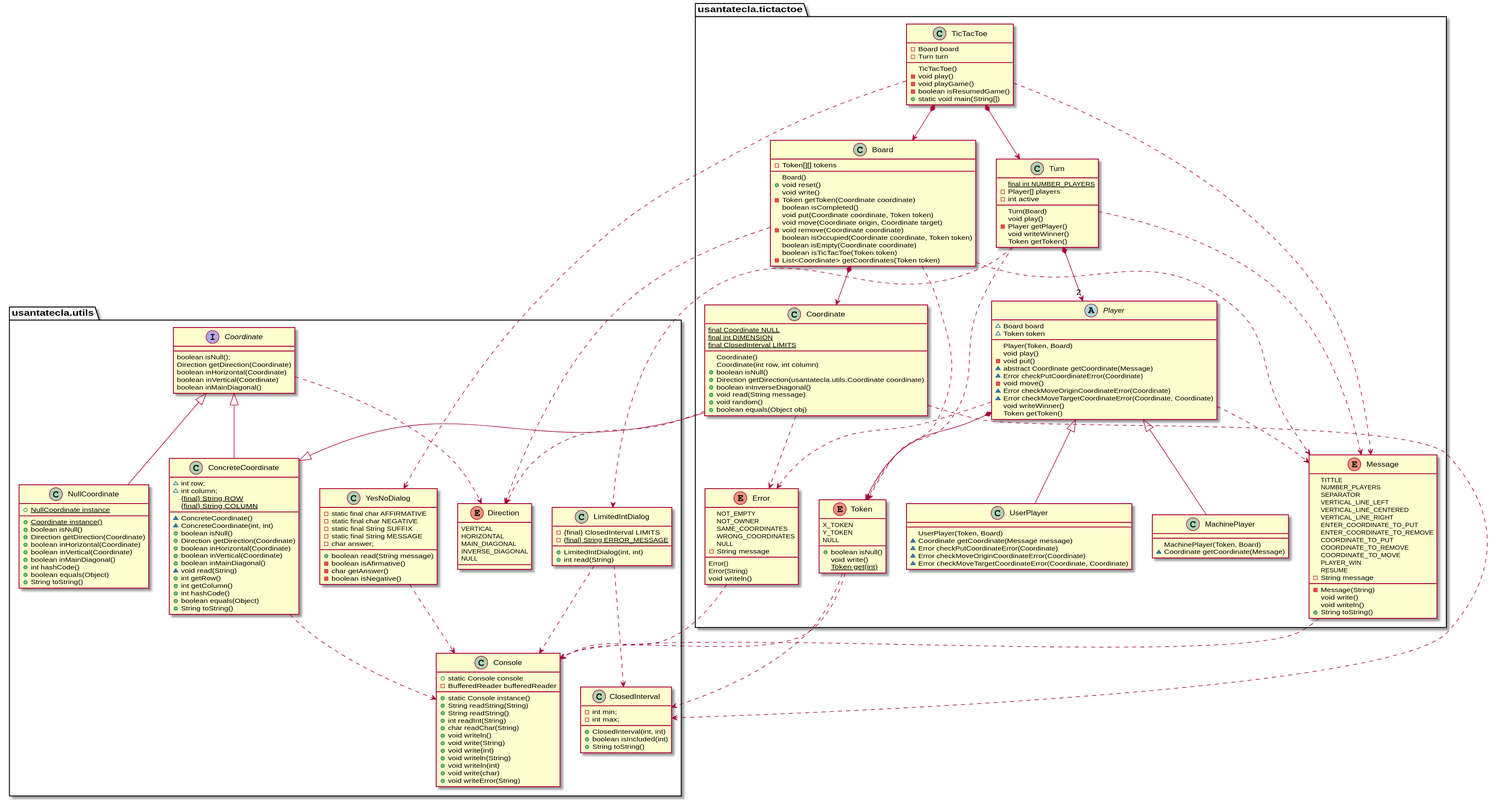
Before: domainModel/docs/diagrams/out/paquetes/tictactoe.svg, a diagram exported from PlantUML (Jolucaa/USantaTecla-project-ticTacToe). The source it was exported from:
```plantuml
@startuml
namespace usantatecla.tictactoe {
class Board {
	- Token[][] tokens
	Board()
	+ void reset()
	void write()
	- Token getToken(Coordinate coordinate)
	boolean isCompleted()
	void put(Coordinate coordinate, Token token)
	void move(Coordinate origin, Coordinate target)
	- void remove(Coordinate coordinate)
	boolean isOccupied(Coordinate coordinate, Token token)
	boolean isEmpty(Coordinate coordinate)
	boolean isTicTacToe(Token token)
	- List<Coordinate> getCoordinates(Token token)
}

class Coordinate {
	{static} final Coordinate NULL
	{static} final int DIMENSION
	{static} final ClosedInterval LIMITS
	Coordinate()
	Coordinate(int row, int column)
	+ boolean isNull()
	+ Direction getDirection(usantatecla.utils.Coordinate coordinate)
	+ boolean inInverseDiagonal()
	+ void read(String message)
	+ void random()
	+ boolean equals(Object obj)
}

enum Error {

	NOT_EMPTY
	NOT_OWNER
	SAME_COORDINATES
	WRONG_COORDINATES
	NULL
	- String message
	Error()
	Error(String)
	void writeln()
}

class MachinePlayer {
	MachinePlayer(Token, Board)
	~ Coordinate getCoordinate(Message)
}

enum Message {
	TITTLE
	NUMBER_PLAYERS
	SEPARATOR
	VERTICAL_LINE_LEFT
	VERTICAL_LINE_CENTERED
	VERTICAL_LINE_RIGHT
	ENTER_COORDINATE_TO_PUT
	ENTER_COORDINATE_TO_REMOVE
	COORDINATE_TO_PUT
	COORDINATE_TO_REMOVE
	COORDINATE_TO_MOVE
	PLAYER_WIN
	RESUME
	- String message
	- Message(String)
	void write()
	void writeln()
	+ String toString()
}


abstract class Player {
	~ Board board
	~ Token token
	Player(Token, Board)
	void play()
	- void put()
	~ abstract Coordinate getCoordinate(Message)
	~ Error checkPutCoordinateError(Coordinate)
	- void move()
	~ Error checkMoveOriginCoordinateError(Coordinate)
	~ Error checkMoveTargetCoordinateError(Coordinate, Coordinate)
	void writeWinner()
	Token getToken()
}

class TicTacToe{
    - Board board
	- Turn turn
    TicTacToe()
	- void play()
    - void playGame()
	- boolean isResumedGame()
	+ static void main(String[])
}

enum Token {
	X_TOKEN
	Y_TOKEN
	NULL
    + boolean isNull()
    void write()
    {static} Token get(int)
}

class Turn {
	{static} final int NUMBER_PLAYERS
	- Player[] players
	- int active
	Turn(Board)
	void play()
	- Player getPlayer()
	void writeWinner()
	Token getToken()
}

class UserPlayer extends Player {
	UserPlayer(Token, Board)
	~ Coordinate getCoordinate(Message message)
	~ Error checkPutCoordinateError(Coordinate)
	~ Error checkMoveOriginCoordinateError(Coordinate)
	~ Error checkMoveTargetCoordinateError(Coordinate, Coordinate)
}

TicTacToe *-down-> Board
TicTacToe *-down-> Turn

Board .down.> Token
Turn .down.> Token
Player *-down-> Token
Turn *-down-> "2" Player
Board *-down-> Coordinate
Player <|-down- MachinePlayer
Coordinate .down.> Error
Player .down.> Error
Board .down.> Message
Player .down.> Message
TicTacToe .down.> Message
Turn .down.> Message

}

namespace usantatecla.utils {

interface Coordinate {
	boolean isNull();
	Direction getDirection(Coordinate)
	boolean inHorizontal(Coordinate)
	boolean inVertical(Coordinate)
	boolean inMainDiagonal()
}

class ConcreteCoordinate {
	~ int row;
	~ int column;
	{static} {final} String ROW
	{static} {final}  String COLUMN
	~ ConcreteCoordinate()
	~ ConcreteCoordinate(int, int)
	+ boolean isNull()
	+ Direction getDirection(Coordinate)
	+ boolean inHorizontal(Coordinate)
	+ boolean inVertical(Coordinate)
	+ boolean inMainDiagonal()
	~ void read(String)
	+ int getRow()
	+ int getColumn()
	+ int hashCode()
	+ boolean equals(Object)
	+ String toString()
}
class NullCoordinate {
	+ {static} NullCoordinate instance
	+ {static} Coordinate instance()
	+ boolean isNull()
	+ Direction getDirection(Coordinate)
	+ boolean inHorizontal(Coordinate)
	+ boolean inVertical(Coordinate)
	+ boolean inMainDiagonal()
	+ int hashCode()
	+ boolean equals(Object)
	+ String toString()
}

enum Direction {
	VERTICAL
	HORIZONTAL
	MAIN_DIAGONAL
	INVERSE_DIAGONAL
	NULL
}

class Console {
	+ static Console console
	+ static Console instance()
	- BufferedReader bufferedReader
	+ String readString(String)
	+ String readString()
	+ int readInt(String)
	+ char readChar(String)
	+ void writeln()
	+ void write(String)
	+ void write(int)
	+ void writeln(String)
	+ void writeln(int)
	+ void write(char)
	+ void writeError(String)
}

class ClosedInterval {
	- int min;
	- int max;
	+ ClosedInterval(int, int)
	+ boolean isIncluded(int)
	+ String toString()
}

class YesNoDialog {
	- static final char AFFIRMATIVE
	- static final char NEGATIVE
	- static final String SUFFIX
	- static final String MESSAGE
	- char answer;
	+ boolean read(String message)
	- boolean isAfirmative()
	- char getAnswer()
	- boolean isNegative()
}

class LimitedIntDialog {
	- {final} ClosedInterval LIMITS
	- {static} {final} String ERROR_MESSAGE
	+ LimitedIntDialog(int, int)
	+ int read(String)
}

Coordinate <|-down- ConcreteCoordinate
Coordinate <|-down- NullCoordinate

}

usantatecla.utils.ConcreteCoordinate <|-down- usantatecla.tictactoe.Coordinate

usantatecla.tictactoe.Coordinate .down.> usantatecla.utils.ClosedInterval
usantatecla.tictactoe.Token .down.> usantatecla.utils.ClosedInterval
usantatecla.utils.LimitedIntDialog .down.> usantatecla.utils.ClosedInterval


usantatecla.tictactoe.Error .down.> usantatecla.utils.Console
usantatecla.tictactoe.Message .down.> usantatecla.utils.Console
usantatecla.tictactoe.Token .down.> usantatecla.utils.Console
usantatecla.utils.ConcreteCoordinate .down.> usantatecla.utils.Console
usantatecla.utils.LimitedIntDialog .down.> usantatecla.utils.Console
usantatecla.utils.YesNoDialog .down.> usantatecla.utils.Console


usantatecla.tictactoe.Turn .down.> usantatecla.utils.LimitedIntDialog
usantatecla.tictactoe.TicTacToe .down.> usantatecla.utils.YesNoDialog

usantatecla.tictactoe.Board .down.> usantatecla.utils.Direction
usantatecla.tictactoe.Coordinate .down.> usantatecla.utils.Direction
usantatecla.utils.Coordinate .down.> usantatecla.utils.Direction
@enduml
```
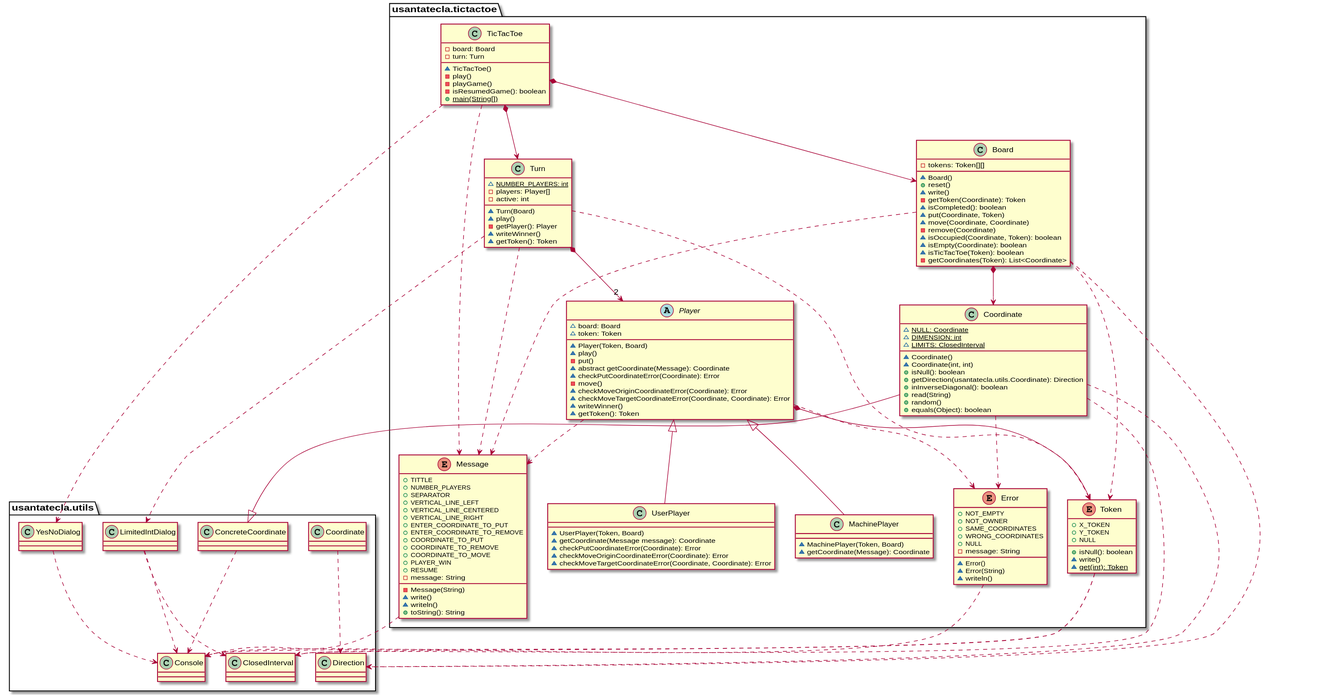
The same diagram one commit later.

Change to the diagram source:
```diff
@@ -1,126 +1,126 @@
 @startuml
 namespace usantatecla.tictactoe {
 class Board {
-	- Token[][] tokens
-	Board()
-	+ void reset()
-	void write()
-	- Token getToken(Coordinate coordinate)
-	boolean isCompleted()
-	void put(Coordinate coordinate, Token token)
-	void move(Coordinate origin, Coordinate target)
-	- void remove(Coordinate coordinate)
-	boolean isOccupied(Coordinate coordinate, Token token)
-	boolean isEmpty(Coordinate coordinate)
-	boolean isTicTacToe(Token token)
-	- List<Coordinate> getCoordinates(Token token)
+	- tokens: Token[][]
+	~ Board()
+	+ reset()
+	~ write()
+	- getToken(Coordinate): Token
+	~ isCompleted(): boolean
+	~ put(Coordinate, Token)
+	~ move(Coordinate, Coordinate)
+	- remove(Coordinate)
+	~ isOccupied(Coordinate, Token): boolean
+	~ isEmpty(Coordinate): boolean
+	~ isTicTacToe(Token): boolean
+	- getCoordinates(Token): List<Coordinate>
 }
 
 class Coordinate {
-	{static} final Coordinate NULL
-	{static} final int DIMENSION
-	{static} final ClosedInterval LIMITS
-	Coordinate()
-	Coordinate(int row, int column)
-	+ boolean isNull()
-	+ Direction getDirection(usantatecla.utils.Coordinate coordinate)
-	+ boolean inInverseDiagonal()
-	+ void read(String message)
-	+ void random()
-	+ boolean equals(Object obj)
+	~ NULL: {static} Coordinate
+	~ DIMENSION: {static} int
+	~ LIMITS: {static} ClosedInterval
+	~ Coordinate()
+	~ Coordinate(int, int)
+	+ isNull(): boolean
+	+ getDirection(usantatecla.utils.Coordinate): Direction
+	+ inInverseDiagonal(): boolean
+	+ read(String)
+	+ random()
+	+ equals(Object): boolean
 }
 
 enum Error {
 
-	NOT_EMPTY
-	NOT_OWNER
-	SAME_COORDINATES
-	WRONG_COORDINATES
-	NULL
-	- String message
-	Error()
-	Error(String)
-	void writeln()
+	+ NOT_EMPTY
+	+ NOT_OWNER
+	+ SAME_COORDINATES
+	+ WRONG_COORDINATES
+	+ NULL
+	- message: String
+	~ Error()
+	~ Error(String)
+	~ writeln()
 }
 
 class MachinePlayer {
-	MachinePlayer(Token, Board)
-	~ Coordinate getCoordinate(Message)
+	~ MachinePlayer(Token, Board)
+	~ getCoordinate(Message): Coordinate
 }
 
 enum Message {
-	TITTLE
-	NUMBER_PLAYERS
-	SEPARATOR
-	VERTICAL_LINE_LEFT
-	VERTICAL_LINE_CENTERED
-	VERTICAL_LINE_RIGHT
-	ENTER_COORDINATE_TO_PUT
-	ENTER_COORDINATE_TO_REMOVE
-	COORDINATE_TO_PUT
-	COORDINATE_TO_REMOVE
-	COORDINATE_TO_MOVE
-	PLAYER_WIN
-	RESUME
-	- String message
+	+ TITTLE
+	+ NUMBER_PLAYERS
+	+ SEPARATOR
+	+ VERTICAL_LINE_LEFT
+	+ VERTICAL_LINE_CENTERED
+	+ VERTICAL_LINE_RIGHT
+	+ ENTER_COORDINATE_TO_PUT
+	+ ENTER_COORDINATE_TO_REMOVE
+	+ COORDINATE_TO_PUT
+	+ COORDINATE_TO_REMOVE
+	+ COORDINATE_TO_MOVE
+	+ PLAYER_WIN
+	+ RESUME
+	- message: String
 	- Message(String)
-	void write()
-	void writeln()
-	+ String toString()
+	~ write()
+	~ writeln()
+	+ toString(): String
 }
 
 
 abstract class Player {
-	~ Board board
-	~ Token token
-	Player(Token, Board)
-	void play()
-	- void put()
-	~ abstract Coordinate getCoordinate(Message)
-	~ Error checkPutCoordinateError(Coordinate)
-	- void move()
-	~ Error checkMoveOriginCoordinateError(Coordinate)
-	~ Error checkMoveTargetCoordinateError(Coordinate, Coordinate)
-	void writeWinner()
-	Token getToken()
+	~ board: Board
+	~ token: Token
+	~ Player(Token, Board)
+	~ play()
+	- put()
+	~ abstract getCoordinate(Message): Coordinate
+	~ checkPutCoordinateError(Coordinate): Error
+	- move()
+	~ checkMoveOriginCoordinateError(Coordinate): Error
+	~ checkMoveTargetCoordinateError(Coordinate, Coordinate): Error
+	~ writeWinner()
+	~ getToken(): Token
 }
 
 class TicTacToe{
-    - Board board
-	- Turn turn
-    TicTacToe()
-	- void play()
-    - void playGame()
-	- boolean isResumedGame()
-	+ static void main(String[])
+    - board: Board
+	- turn: Turn
+    ~ TicTacToe()
+	- play()
+    - playGame()
+	- isResumedGame(): boolean
+	+ {static} main(String[])
 }
 
 enum Token {
-	X_TOKEN
-	Y_TOKEN
-	NULL
-    + boolean isNull()
-    void write()
-    {static} Token get(int)
+	+ X_TOKEN
+	+ Y_TOKEN
+	+ NULL
+    + isNull(): boolean
+    ~ write()
+    ~ {static} get(int): Token
 }
 
 class Turn {
-	{static} final int NUMBER_PLAYERS
-	- Player[] players
-	- int active
-	Turn(Board)
-	void play()
-	- Player getPlayer()
-	void writeWinner()
-	Token getToken()
+	~ NUMBER_PLAYERS: {static} int
+	- players: Player[]
+	- active: int
+	~ Turn(Board)
+	~ play()
+	- getPlayer(): Player
+	~ writeWinner()
+	~ getToken(): Token
 }
 
 class UserPlayer extends Player {
-	UserPlayer(Token, Board)
-	~ Coordinate getCoordinate(Message message)
-	~ Error checkPutCoordinateError(Coordinate)
-	~ Error checkMoveOriginCoordinateError(Coordinate)
-	~ Error checkMoveTargetCoordinateError(Coordinate, Coordinate)
+	~ UserPlayer(Token, Board)
+	~ getCoordinate(Message message): Coordinate
+	~ checkPutCoordinateError(Coordinate): Error
+	~ checkMoveOriginCoordinateError(Coordinate): Error
+	~ checkMoveTargetCoordinateError(Coordinate, Coordinate): Error
 }
 
 TicTacToe *-down-> Board
@@ -138,105 +138,6 @@
 Player .down.> Message
 TicTacToe .down.> Message
 Turn .down.> Message
-
-}
-
-namespace usantatecla.utils {
-
-interface Coordinate {
-	boolean isNull();
-	Direction getDirection(Coordinate)
-	boolean inHorizontal(Coordinate)
-	boolean inVertical(Coordinate)
-	boolean inMainDiagonal()
-}
-
-class ConcreteCoordinate {
-	~ int row;
-	~ int column;
-	{static} {final} String ROW
-	{static} {final}  String COLUMN
-	~ ConcreteCoordinate()
-	~ ConcreteCoordinate(int, int)
-	+ boolean isNull()
-	+ Direction getDirection(Coordinate)
-	+ boolean inHorizontal(Coordinate)
-	+ boolean inVertical(Coordinate)
-	+ boolean inMainDiagonal()
-	~ void read(String)
-	+ int getRow()
-	+ int getColumn()
-	+ int hashCode()
-	+ boolean equals(Object)
-	+ String toString()
-}
-class NullCoordinate {
-	+ {static} NullCoordinate instance
-	+ {static} Coordinate instance()
-	+ boolean isNull()
-	+ Direction getDirection(Coordinate)
-	+ boolean inHorizontal(Coordinate)
-	+ boolean inVertical(Coordinate)
-	+ boolean inMainDiagonal()
-	+ int hashCode()
-	+ boolean equals(Object)
-	+ String toString()
-}
-
-enum Direction {
-	VERTICAL
-	HORIZONTAL
-	MAIN_DIAGONAL
-	INVERSE_DIAGONAL
-	NULL
-}
-
-class Console {
-	+ static Console console
-	+ static Console instance()
-	- BufferedReader bufferedReader
-	+ String readString(String)
-	+ String readString()
-	+ int readInt(String)
-	+ char readChar(String)
-	+ void writeln()
-	+ void write(String)
-	+ void write(int)
-	+ void writeln(String)
-	+ void writeln(int)
-	+ void write(char)
-	+ void writeError(String)
-}
-
-class ClosedInterval {
-	- int min;
-	- int max;
-	+ ClosedInterval(int, int)
-	+ boolean isIncluded(int)
-	+ String toString()
-}
-
-class YesNoDialog {
-	- static final char AFFIRMATIVE
-	- static final char NEGATIVE
-	- static final String SUFFIX
-	- static final String MESSAGE
-	- char answer;
-	+ boolean read(String message)
-	- boolean isAfirmative()
-	- char getAnswer()
-	- boolean isNegative()
-}
-
-class LimitedIntDialog {
-	- {final} ClosedInterval LIMITS
-	- {static} {final} String ERROR_MESSAGE
-	+ LimitedIntDialog(int, int)
-	+ int read(String)
-}
-
-Coordinate <|-down- ConcreteCoordinate
-Coordinate <|-down- NullCoordinate
 
 }
 
```
